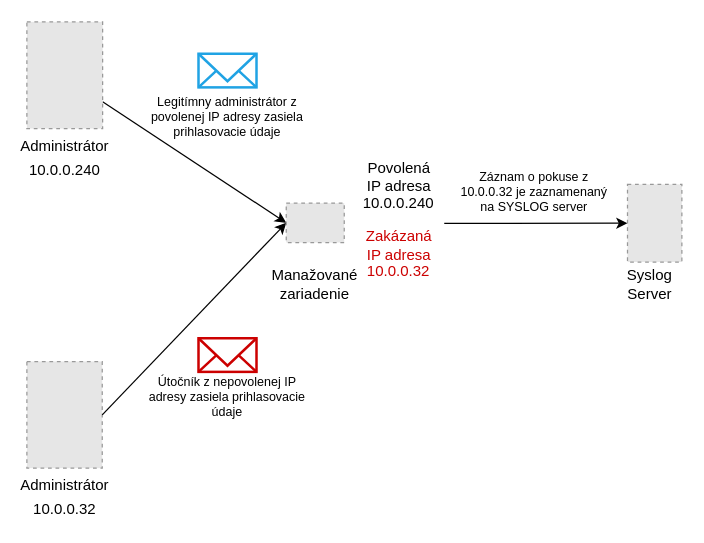
Before: thesis/obrazky/login-log.drawio in siorus/MasterThesis, a draw.io diagram. Source tidied: cells renumbered, new cells numbered last; positions are measured from the earlier drawing's top-left corner, leaving out a move shared by most shapes. Both pictures are drawn from the tidied source at 125%, with x=0, y=0 at pixel (26, 21). Pictures stored in the file or linked from it are replaced by grey dashed boxes.
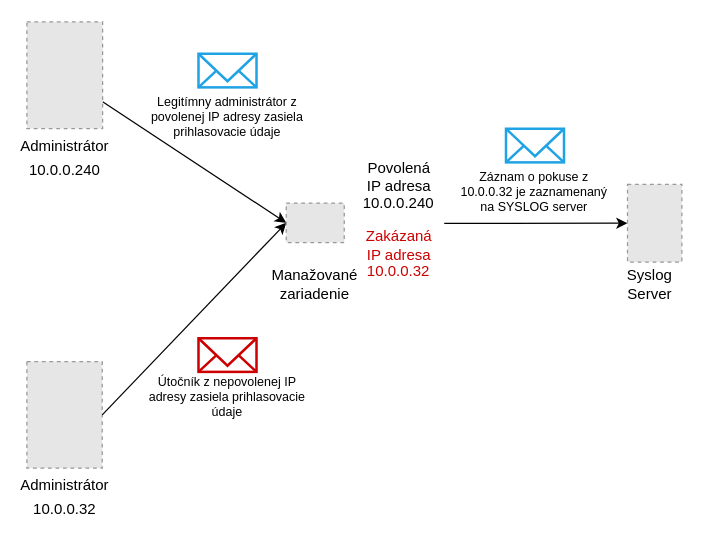
The same page after the edit.

What changed in the source:
```diff
@@
+    <mxCell id="24" style="html=1;verticalLabelPosition=bottom;align=center;labelBackgroundColor=#ffffff;verticalAlign=top;strokeWidth=2;strokeColor=#20a3e4ff;shadow=0;dashed=0;shape=mxgraph.ios7.icons.mail;fillColor=none;" parent="1" vertex="1">
+      <mxGeometry x="383.3" y="85.5" width="46.4" height="26.9" as="geometry" />
+    </mxCell>
```
